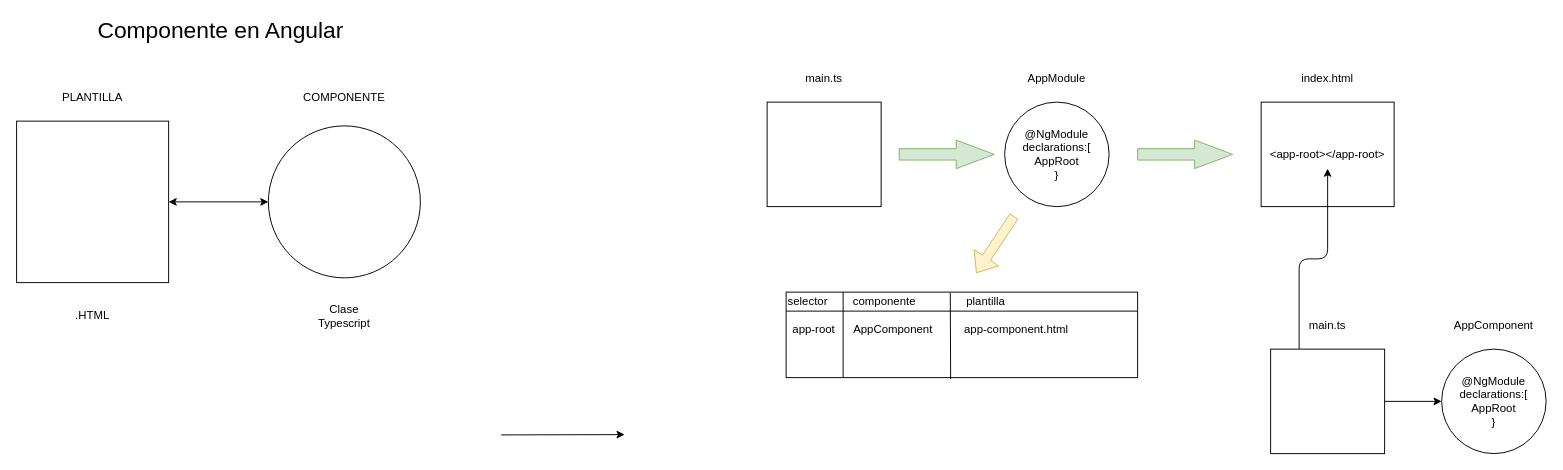
Above: page "Página-24" (24 of 26) of dibujos.drawio in lrag/MEAN_2021_2 (draw.io), before the change. Source tidied: cells renumbered, new cells numbered last; positions are measured from the earlier drawing's top-left corner, leaving out a move shared by most shapes. Both pictures are drawn from the tidied source at 95%, with x=0, y=0 at pixel (16, 16).
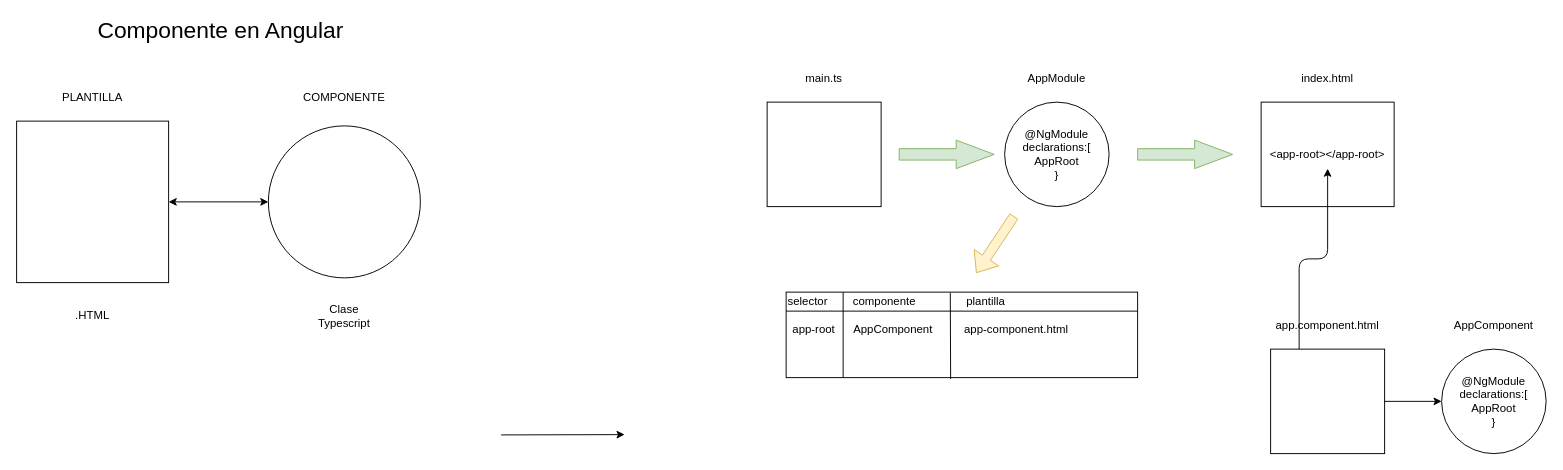
Above is the later version.

Diff of the diagram source:
```diff
@@
-    <mxCell id="23" value="main.ts" style="text;html=1;strokeColor=none;fillColor=none;align=center;verticalAlign=middle;whiteSpace=wrap;rounded=0;" parent="1" vertex="1">
+    <mxCell id="23" value="app.component.html" style="text;html=1;strokeColor=none;fillColor=none;align=center;verticalAlign=middle;whiteSpace=wrap;rounded=0;" parent="1" vertex="1">
       <mxGeometry x="1350" y="310" width="60" height="30" as="geometry" />
     </mxCell>
```
